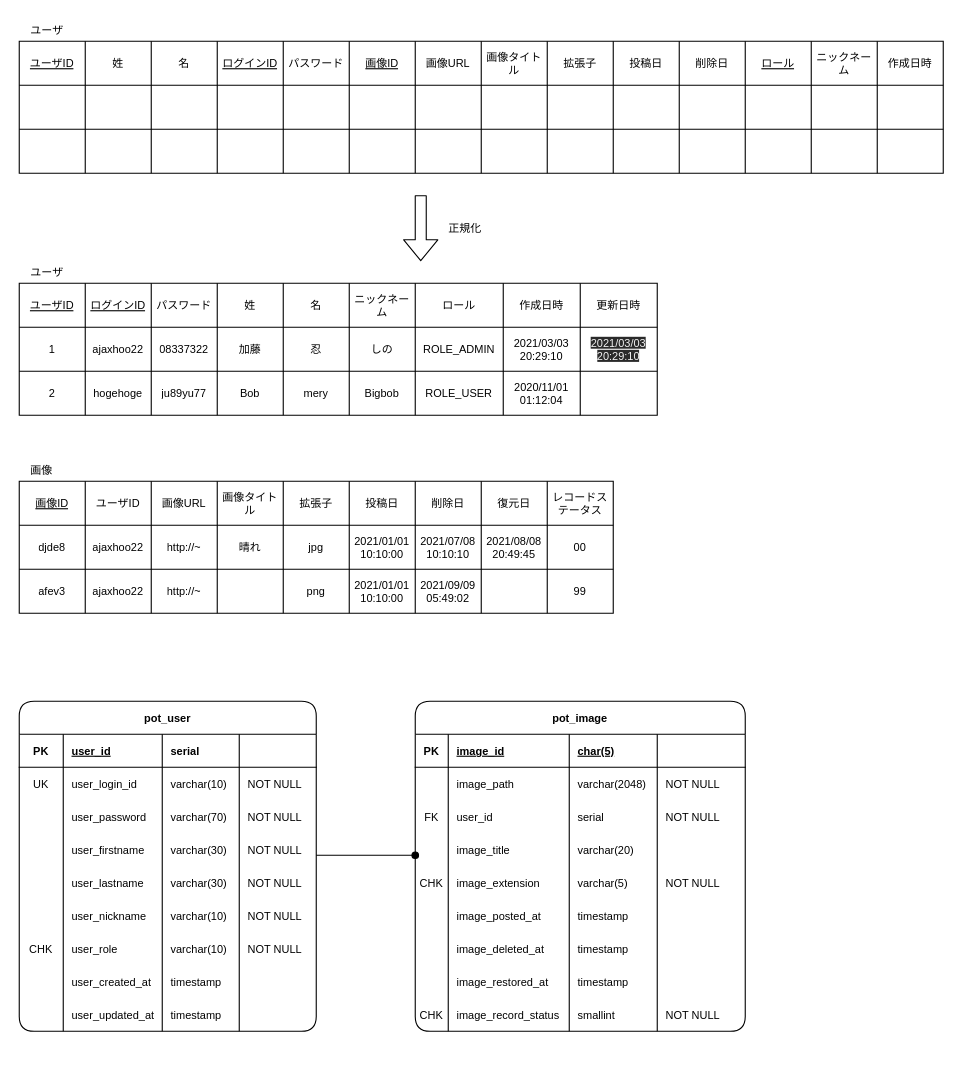
Earlier version of the draw.io diagram ER.drawio (ODEN-t/imagepot). Source tidied: cells renumbered, new cells numbered last; positions are measured from the earlier drawing's top-left corner, leaving out a move shared by most shapes. Both pictures are drawn from the tidied source at 110%, with x=0, y=0 at pixel (19, 19).
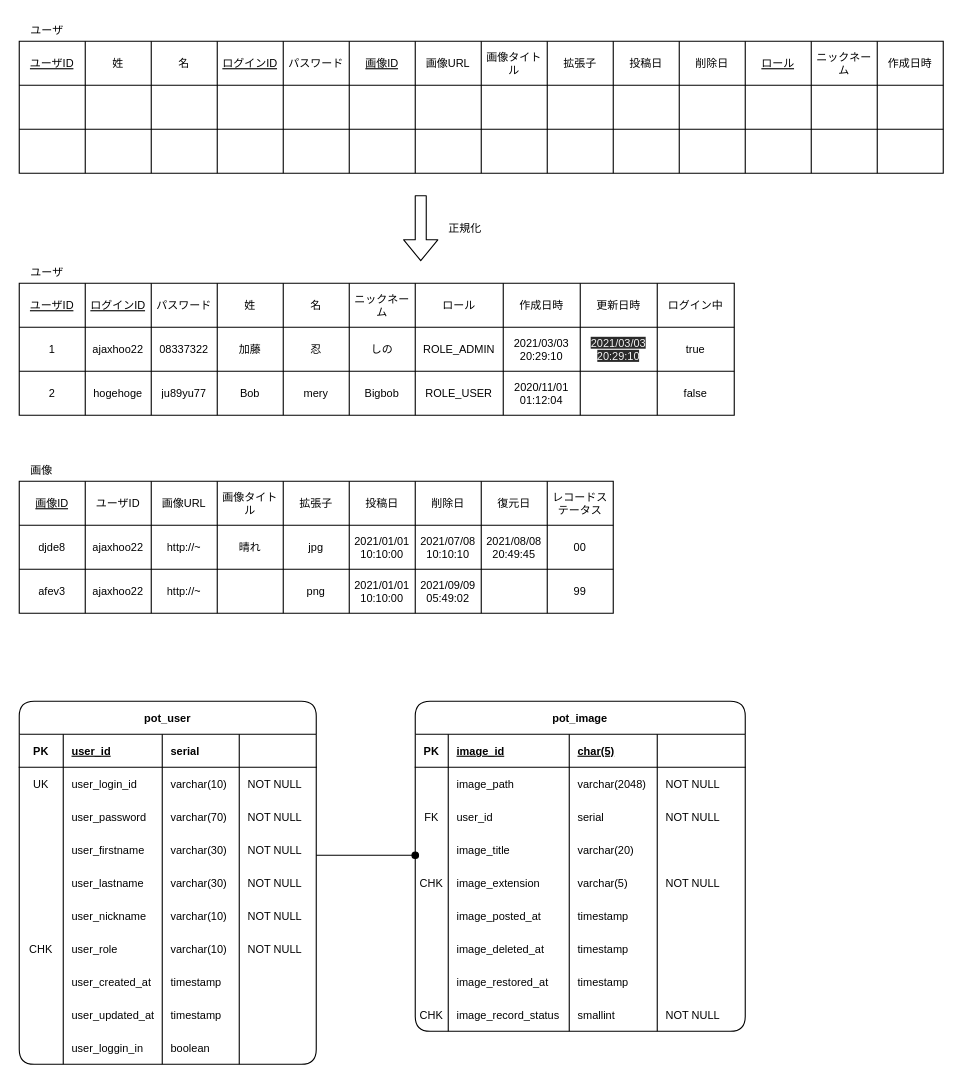
Above is the later version.

Commit message (it also covers changes not shown here):
ddl、初期データ作成

The edit, as a diff of the source:
```diff
@@
     <mxCell id="2" value="pot_user" style="shape=table;startSize=30;childLayout=tableLayout;rowLines=0;fontStyle=1;align=center;rounded=1;shadow=0;dashed=0;strokeWidth=1;fontFamily=Helvetica;fontSize=10;" parent="1" vertex="1">
-      <mxGeometry y="620" width="270" height="300" as="geometry" />
+      <mxGeometry y="620" width="270" height="330" as="geometry" />
     </mxCell>
@@
+    <mxCell id="208" style="shape=partialRectangle;fillColor=none;top=0;left=0;bottom=0;right=0;fontFamily=Helvetica;fontSize=10;" parent="2" vertex="1">
+      <mxGeometry y="300" width="270" height="30" as="geometry" />
+    </mxCell>
+    <mxCell id="209" style="shape=partialRectangle;fillColor=none;top=0;left=0;bottom=0;right=0;overflow=hidden;fontFamily=Helvetica;fontSize=10;" parent="208" vertex="1">
+      <mxGeometry width="40" height="30" as="geometry" />
+    </mxCell>
+    <mxCell id="210" value="user_loggin_in" style="shape=partialRectangle;fillColor=none;top=0;left=0;bottom=0;right=0;align=left;spacingLeft=6;overflow=hidden;fontFamily=Helvetica;fontSize=10;" parent="208" vertex="1">
+      <mxGeometry x="40" width="90" height="30" as="geometry" />
+    </mxCell>
+    <mxCell id="211" value="boolean" style="shape=partialRectangle;fillColor=none;top=0;left=0;bottom=0;right=0;align=left;spacingLeft=6;overflow=hidden;fontFamily=Helvetica;fontSize=10;" parent="208" vertex="1">
+      <mxGeometry x="130" width="70" height="30" as="geometry" />
+    </mxCell>
+    <mxCell id="212" style="shape=partialRectangle;fillColor=none;top=0;left=0;bottom=0;right=0;align=left;spacingLeft=6;overflow=hidden;fontFamily=Helvetica;fontSize=10;" parent="208" vertex="1">
+      <mxGeometry x="200" width="70" height="30" as="geometry" />
+    </mxCell>
@@
     <mxCell id="143" style="shape=table;html=1;whiteSpace=wrap;startSize=0;childLayout=tableLayout;fontFamily=Helvetica;fontSize=10;" parent="1" vertex="1">
-      <mxGeometry y="240" width="580" height="120" as="geometry" />
+      <mxGeometry y="240" width="650" height="120" as="geometry" />
     </mxCell>
     <mxCell id="144" style="shape=partialRectangle;html=1;whiteSpace=wrap;fillColor=none;top=0;left=0;bottom=0;right=0;fontSize=10;" parent="143" vertex="1">
-      <mxGeometry width="580" height="40" as="geometry" />
+      <mxGeometry width="650" height="40" as="geometry" />
     </mxCell>
@@
+    <mxCell id="213" value="ログイン中" style="shape=partialRectangle;html=1;whiteSpace=wrap;fillColor=none;top=0;left=0;bottom=0;right=0;overflow=hidden;fontSize=10;" parent="144" vertex="1">
+      <mxGeometry x="580" width="70" height="40" as="geometry" />
+    </mxCell>
     <mxCell id="154" style="shape=partialRectangle;html=1;whiteSpace=wrap;fillColor=none;top=0;left=0;bottom=0;right=0;fontSize=10;" parent="143" vertex="1">
-      <mxGeometry y="40" width="580" height="40" as="geometry" />
+      <mxGeometry y="40" width="650" height="40" as="geometry" />
     </mxCell>
@@
+    <mxCell id="214" value="true" style="shape=partialRectangle;html=1;whiteSpace=wrap;fillColor=none;top=0;left=0;bottom=0;right=0;overflow=hidden;fontSize=10;" parent="154" vertex="1">
+      <mxGeometry x="580" width="70" height="40" as="geometry" />
+    </mxCell>
     <mxCell id="164" style="shape=partialRectangle;html=1;whiteSpace=wrap;fillColor=none;top=0;left=0;bottom=0;right=0;fontSize=10;" parent="143" vertex="1">
-      <mxGeometry y="80" width="580" height="40" as="geometry" />
+      <mxGeometry y="80" width="650" height="40" as="geometry" />
     </mxCell>
@@
+    <mxCell id="215" value="false" style="shape=partialRectangle;html=1;whiteSpace=wrap;fillColor=none;top=0;left=0;bottom=0;right=0;overflow=hidden;fontSize=10;" parent="164" vertex="1">
+      <mxGeometry x="580" width="70" height="40" as="geometry" />
+    </mxCell>
```
